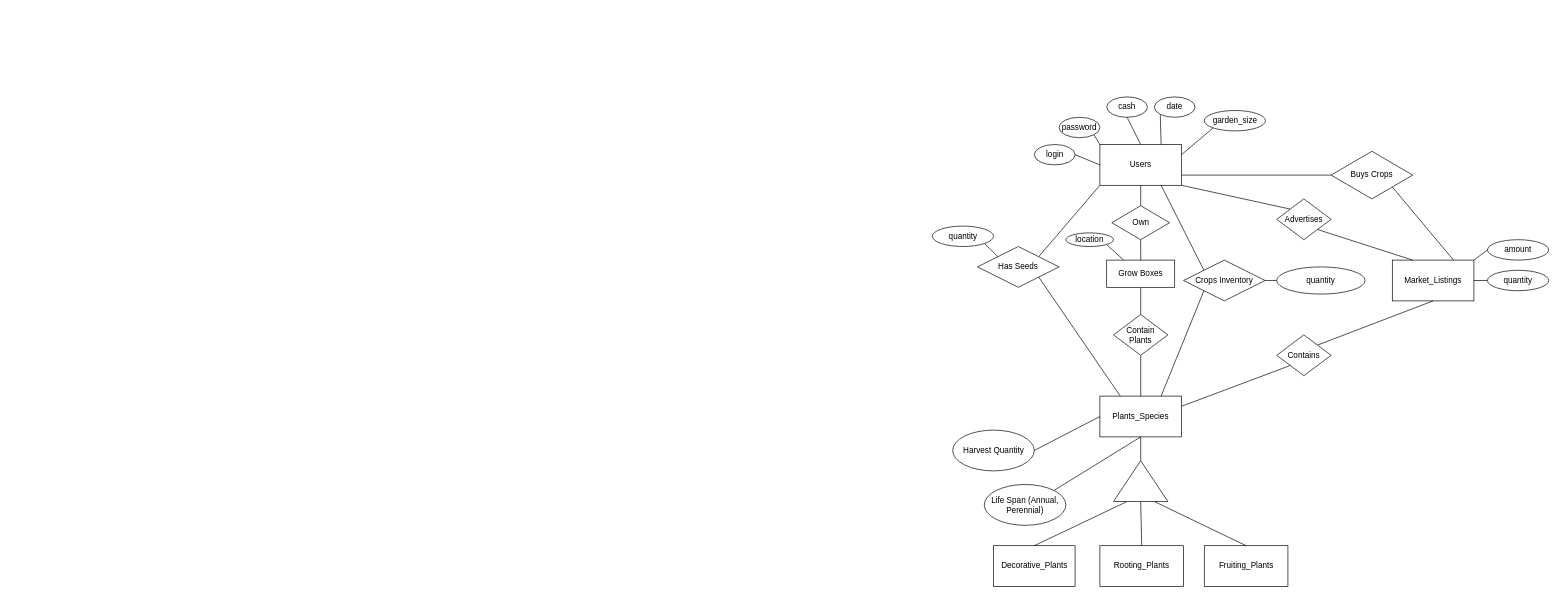
This is ER-Diagam.dio from evannoronha/GardenSimulator, a draw.io file, before an edit. Source tidied: cells renumbered, new cells numbered last; positions are measured from the earlier drawing's top-left corner, leaving out a move shared by most shapes. Both pictures are drawn from the tidied source at 68%, with x=0, y=0 at pixel (932, 97).
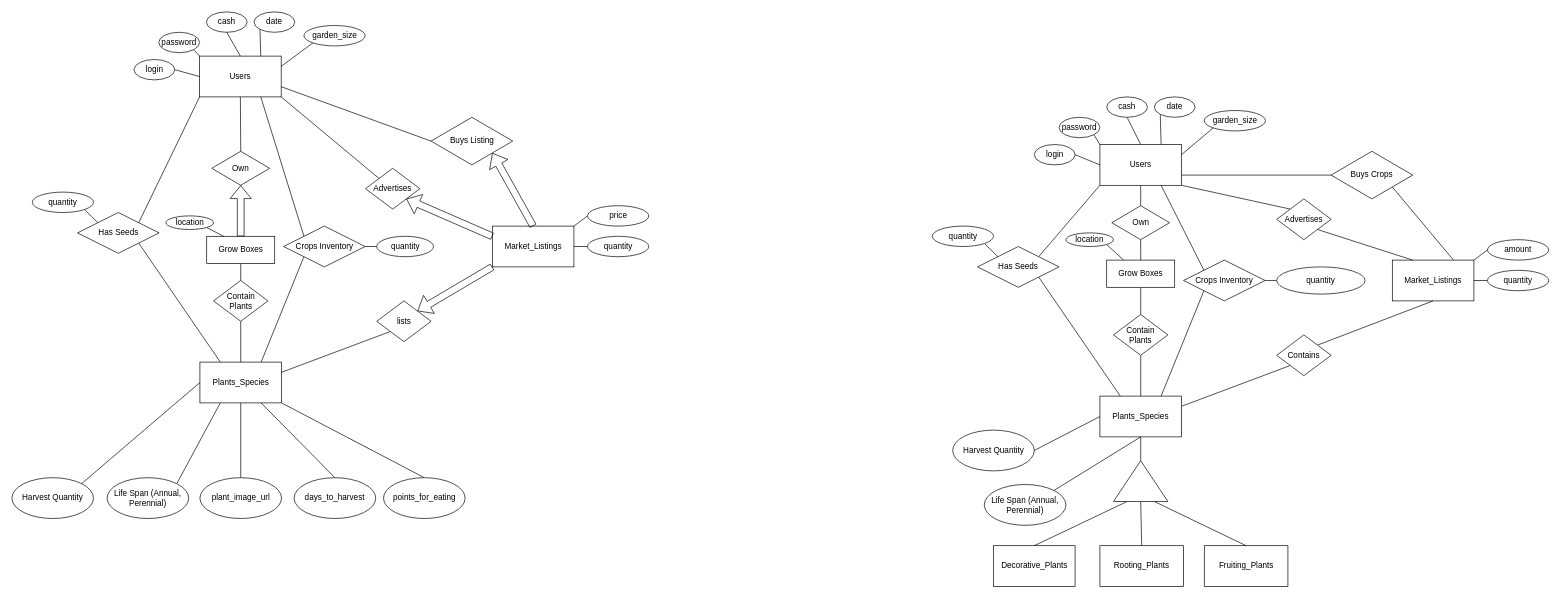
After the change.

The edit, as a diff of the source:
```diff
@@
+    <mxCell id="59" style="edgeStyle=none;rounded=0;jettySize=auto;html=1;exitX=0;exitY=1;exitDx=0;exitDy=0;entryX=1;entryY=0;entryDx=0;entryDy=0;endArrow=none;endFill=0;" parent="1" edge="1" source="62" target="66">
+      <mxGeometry relative="1" as="geometry" />
+    </mxCell>
+    <mxCell id="60" style="edgeStyle=none;rounded=0;jettySize=auto;html=1;exitX=0.75;exitY=1;exitDx=0;exitDy=0;entryX=0;entryY=0;entryDx=0;entryDy=0;endArrow=none;endFill=0;" parent="1" edge="1" source="62" target="71">
+      <mxGeometry relative="1" as="geometry" />
+    </mxCell>
+    <mxCell id="61" style="edgeStyle=none;rounded=0;jettySize=auto;html=1;exitX=0.5;exitY=1;exitDx=0;exitDy=0;entryX=0.5;entryY=0;entryDx=0;entryDy=0;endArrow=none;endFill=0;" parent="1" edge="1" source="62" target="88">
+      <mxGeometry relative="1" as="geometry" />
+    </mxCell>
+    <mxCell id="62" value="Users" style="rounded=0;whiteSpace=wrap;html=1;" parent="1" vertex="1">
+      <mxGeometry x="-1078" y="-60" width="120" height="60" as="geometry" />
+    </mxCell>
+    <mxCell id="63" style="edgeStyle=none;rounded=0;jettySize=auto;html=1;exitX=1;exitY=0.25;exitDx=0;exitDy=0;entryX=0;entryY=1;entryDx=0;entryDy=0;endArrow=none;endFill=0;" parent="1" edge="1" source="64" target="95">
+      <mxGeometry relative="1" as="geometry" />
+    </mxCell>
+    <mxCell id="64" value="Plants_Species" style="rounded=0;whiteSpace=wrap;html=1;" parent="1" vertex="1">
+      <mxGeometry x="-1077.5" y="390" width="120" height="60" as="geometry" />
+    </mxCell>
+    <mxCell id="65" style="edgeStyle=none;rounded=0;jettySize=auto;html=1;exitX=1;exitY=1;exitDx=0;exitDy=0;entryX=0.25;entryY=0;entryDx=0;entryDy=0;endArrow=none;endFill=0;" parent="1" edge="1" source="66" target="64">
+      <mxGeometry relative="1" as="geometry" />
+    </mxCell>
+    <mxCell id="66" value="Has Seeds" style="shape=rhombus;perimeter=rhombusPerimeter;whiteSpace=wrap;html=1;align=center;" parent="1" vertex="1">
+      <mxGeometry x="-1257.5" y="170" width="120" height="60" as="geometry" />
+    </mxCell>
+    <mxCell id="67" style="edgeStyle=none;rounded=0;jettySize=auto;html=1;exitX=0.5;exitY=1;exitDx=0;exitDy=0;entryX=0.5;entryY=0;entryDx=0;entryDy=0;endArrow=none;endFill=0;" parent="1" edge="1" source="68" target="64">
+      <mxGeometry relative="1" as="geometry" />
+    </mxCell>
+    <mxCell id="68" value="Contain Plants" style="shape=rhombus;perimeter=rhombusPerimeter;whiteSpace=wrap;html=1;align=center;" parent="1" vertex="1">
+      <mxGeometry x="-1057.5" y="270" width="80" height="60" as="geometry" />
+    </mxCell>
+    <mxCell id="69" style="edgeStyle=none;rounded=0;jettySize=auto;html=1;exitX=1;exitY=0.5;exitDx=0;exitDy=0;entryX=0;entryY=0.5;entryDx=0;entryDy=0;endArrow=none;endFill=0;" parent="1" edge="1" source="71" target="85">
+      <mxGeometry relative="1" as="geometry" />
+    </mxCell>
+    <mxCell id="70" style="edgeStyle=none;rounded=0;jettySize=auto;html=1;exitX=0;exitY=1;exitDx=0;exitDy=0;entryX=0.75;entryY=0;entryDx=0;entryDy=0;endArrow=none;endFill=0;" parent="1" edge="1" source="71" target="64">
+      <mxGeometry relative="1" as="geometry" />
+    </mxCell>
+    <mxCell id="71" value="Crops Inventory" style="shape=rhombus;perimeter=rhombusPerimeter;whiteSpace=wrap;html=1;align=center;" parent="1" vertex="1">
+      <mxGeometry x="-954.5" y="190" width="120" height="60" as="geometry" />
+    </mxCell>
+    <mxCell id="72" style="rounded=0;jettySize=auto;html=1;exitX=0;exitY=0;exitDx=0;exitDy=0;entryX=0.25;entryY=1;entryDx=0;entryDy=0;endArrow=none;endFill=0;" parent="1" edge="1" source="76" target="64">
+      <mxGeometry relative="1" as="geometry" />
+    </mxCell>
+    <mxCell id="73" value="Market_Listings" style="rounded=0;whiteSpace=wrap;html=1;" parent="1" vertex="1">
+      <mxGeometry x="-647.5" y="190" width="120" height="60" as="geometry" />
+    </mxCell>
+    <mxCell id="74" style="edgeStyle=none;rounded=0;jettySize=auto;html=1;exitX=1;exitY=0.5;exitDx=0;exitDy=0;entryX=0;entryY=0.5;entryDx=0;entryDy=0;endArrow=none;endFill=0;" parent="1" edge="1" source="75" target="62">
+      <mxGeometry relative="1" as="geometry" />
+    </mxCell>
+    <mxCell id="75" value="login" style="ellipse;whiteSpace=wrap;html=1;" parent="1" vertex="1">
+      <mxGeometry x="-1174.5" y="-55" width="60" height="30" as="geometry" />
+    </mxCell>
+    <mxCell id="76" value="Life Span (Annual, Perennial)" style="ellipse;whiteSpace=wrap;html=1;direction=south;" parent="1" vertex="1">
+      <mxGeometry x="-1214" y="560" width="120" height="60" as="geometry" />
+    </mxCell>
+    <mxCell id="77" style="edgeStyle=none;rounded=0;jettySize=auto;html=1;exitX=1;exitY=1;exitDx=0;exitDy=0;entryX=0;entryY=0;entryDx=0;entryDy=0;endArrow=none;endFill=0;" parent="1" edge="1" source="78" target="62">
+      <mxGeometry relative="1" as="geometry" />
+    </mxCell>
+    <mxCell id="78" value="password" style="ellipse;whiteSpace=wrap;html=1;" parent="1" vertex="1">
+      <mxGeometry x="-1138" y="-95" width="60" height="30" as="geometry" />
+    </mxCell>
+    <mxCell id="79" style="edgeStyle=none;rounded=0;jettySize=auto;html=1;exitX=0.5;exitY=1;exitDx=0;exitDy=0;entryX=0.5;entryY=0;entryDx=0;entryDy=0;endArrow=none;endFill=0;" parent="1" edge="1" source="80" target="62">
+      <mxGeometry relative="1" as="geometry" />
+    </mxCell>
+    <mxCell id="80" value="cash" style="ellipse;whiteSpace=wrap;html=1;" parent="1" vertex="1">
+      <mxGeometry x="-1068" y="-125" width="60" height="30" as="geometry" />
+    </mxCell>
+    <mxCell id="81" style="edgeStyle=none;rounded=0;jettySize=auto;html=1;exitX=0;exitY=1;exitDx=0;exitDy=0;entryX=0.75;entryY=0;entryDx=0;entryDy=0;endArrow=none;endFill=0;" parent="1" edge="1" source="82" target="62">
+      <mxGeometry relative="1" as="geometry" />
+    </mxCell>
+    <mxCell id="82" value="date" style="ellipse;whiteSpace=wrap;html=1;" parent="1" vertex="1">
+      <mxGeometry x="-998" y="-125" width="60" height="30" as="geometry" />
+    </mxCell>
+    <mxCell id="83" style="edgeStyle=none;rounded=0;jettySize=auto;html=1;exitX=0;exitY=1;exitDx=0;exitDy=0;entryX=1;entryY=0.25;entryDx=0;entryDy=0;endArrow=none;endFill=0;" parent="1" edge="1" source="84" target="62">
+      <mxGeometry relative="1" as="geometry" />
+    </mxCell>
+    <mxCell id="84" value="garden_size" style="ellipse;whiteSpace=wrap;html=1;" parent="1" vertex="1">
+      <mxGeometry x="-924.5" y="-105" width="90" height="30" as="geometry" />
+    </mxCell>
+    <mxCell id="85" value="quantity" style="ellipse;whiteSpace=wrap;html=1;" parent="1" vertex="1">
+      <mxGeometry x="-817.5" y="205" width="83.5" height="30" as="geometry" />
+    </mxCell>
+    <mxCell id="86" style="edgeStyle=none;rounded=0;jettySize=auto;html=1;exitX=0.5;exitY=1;exitDx=0;exitDy=0;entryX=0.5;entryY=0;entryDx=0;entryDy=0;endArrow=none;endFill=0;" parent="1" edge="1" source="87" target="68">
+      <mxGeometry relative="1" as="geometry" />
+    </mxCell>
+    <mxCell id="87" value="Grow Boxes" style="rounded=0;whiteSpace=wrap;html=1;" parent="1" vertex="1">
+      <mxGeometry x="-1067.5" y="205" width="100" height="40" as="geometry" />
+    </mxCell>
+    <mxCell id="88" value="Own" style="shape=rhombus;perimeter=rhombusPerimeter;whiteSpace=wrap;html=1;align=center;" parent="1" vertex="1">
+      <mxGeometry x="-1060" y="80" width="85" height="50" as="geometry" />
+    </mxCell>
+    <mxCell id="89" style="edgeStyle=none;rounded=0;jettySize=auto;html=1;exitX=1;exitY=1;exitDx=0;exitDy=0;entryX=0;entryY=0;entryDx=0;entryDy=0;endArrow=none;endFill=0;" parent="1" edge="1" source="90" target="66">
+      <mxGeometry relative="1" as="geometry" />
+    </mxCell>
+    <mxCell id="90" value="quantity" style="ellipse;whiteSpace=wrap;html=1;" parent="1" vertex="1">
+      <mxGeometry x="-1324" y="140" width="90" height="30" as="geometry" />
+    </mxCell>
+    <mxCell id="91" style="edgeStyle=none;rounded=0;jettySize=auto;html=1;exitX=1;exitY=1;exitDx=0;exitDy=0;entryX=0.25;entryY=0;entryDx=0;entryDy=0;endArrow=none;endFill=0;" parent="1" edge="1" source="92" target="87">
+      <mxGeometry relative="1" as="geometry" />
+    </mxCell>
+    <mxCell id="92" value="location" style="ellipse;whiteSpace=wrap;html=1;" parent="1" vertex="1">
+      <mxGeometry x="-1127.5" y="175" width="70" height="20" as="geometry" />
+    </mxCell>
+    <mxCell id="93" style="edgeStyle=none;rounded=0;jettySize=auto;html=1;exitX=0;exitY=0.5;exitDx=0;exitDy=0;entryX=1;entryY=0.75;entryDx=0;entryDy=0;endArrow=none;endFill=0;" parent="1" edge="1" source="94" target="62">
+      <mxGeometry relative="1" as="geometry" />
+    </mxCell>
+    <mxCell id="94" value="Buys Listing" style="shape=rhombus;perimeter=rhombusPerimeter;whiteSpace=wrap;html=1;align=center;" parent="1" vertex="1">
+      <mxGeometry x="-737.5" y="30" width="120" height="70" as="geometry" />
+    </mxCell>
+    <mxCell id="95" value="lists" style="shape=rhombus;perimeter=rhombusPerimeter;whiteSpace=wrap;html=1;align=center;" parent="1" vertex="1">
+      <mxGeometry x="-817.5" y="300" width="80" height="60" as="geometry" />
+    </mxCell>
+    <mxCell id="96" style="edgeStyle=none;rounded=0;jettySize=auto;html=1;exitX=0;exitY=0;exitDx=0;exitDy=0;entryX=1;entryY=1;entryDx=0;entryDy=0;endArrow=none;endFill=0;" parent="1" edge="1" source="97" target="62">
+      <mxGeometry relative="1" as="geometry" />
+    </mxCell>
+    <mxCell id="97" value="Advertises" style="shape=rhombus;perimeter=rhombusPerimeter;whiteSpace=wrap;html=1;align=center;" parent="1" vertex="1">
+      <mxGeometry x="-834" y="105" width="80" height="60" as="geometry" />
+    </mxCell>
+    <mxCell id="98" style="edgeStyle=none;rounded=0;jettySize=auto;html=1;exitX=0;exitY=0.5;exitDx=0;exitDy=0;entryX=1;entryY=0;entryDx=0;entryDy=0;endArrow=none;endFill=0;" parent="1" edge="1" source="99" target="73">
+      <mxGeometry relative="1" as="geometry" />
+    </mxCell>
+    <mxCell id="99" value="price" style="ellipse;whiteSpace=wrap;html=1;" parent="1" vertex="1">
+      <mxGeometry x="-507.5" y="160" width="90" height="30" as="geometry" />
+    </mxCell>
+    <mxCell id="100" style="edgeStyle=none;rounded=0;jettySize=auto;html=1;exitX=0;exitY=0.5;exitDx=0;exitDy=0;entryX=1;entryY=0.5;entryDx=0;entryDy=0;endArrow=none;endFill=0;" parent="1" edge="1" source="101" target="73">
+      <mxGeometry relative="1" as="geometry" />
+    </mxCell>
+    <mxCell id="101" value="quantity" style="ellipse;whiteSpace=wrap;html=1;" parent="1" vertex="1">
+      <mxGeometry x="-507.5" y="205" width="90" height="30" as="geometry" />
+    </mxCell>
+    <mxCell id="102" value="Harvest Quantity" style="ellipse;whiteSpace=wrap;html=1;direction=south;" parent="1" vertex="1">
+      <mxGeometry x="-1354" y="560" width="120" height="60" as="geometry" />
+    </mxCell>
+    <mxCell id="103" style="endArrow=none;html=1;exitX=0;exitY=0;exitDx=0;exitDy=0;entryX=0;entryY=0.5;entryDx=0;entryDy=0;" parent="1" edge="1" source="102" target="64">
+      <mxGeometry relative="1" as="geometry" />
+    </mxCell>
+    <mxCell id="104" style="rounded=0;jettySize=auto;html=1;exitX=0;exitY=0.5;exitDx=0;exitDy=0;entryX=0.5;entryY=1;entryDx=0;entryDy=0;endArrow=none;endFill=0;" parent="1" edge="1" source="105" target="64">
+      <mxGeometry relative="1" as="geometry" />
+    </mxCell>
+    <mxCell id="105" value="plant_image_url" style="ellipse;whiteSpace=wrap;html=1;direction=south;" parent="1" vertex="1">
+      <mxGeometry x="-1077.5" y="560" width="120" height="60" as="geometry" />
+    </mxCell>
+    <mxCell id="106" style="rounded=0;jettySize=auto;html=1;exitX=0;exitY=0.5;exitDx=0;exitDy=0;entryX=0.75;entryY=1;entryDx=0;entryDy=0;endArrow=none;endFill=0;" parent="1" edge="1" source="107" target="64">
+      <mxGeometry relative="1" as="geometry" />
+    </mxCell>
+    <mxCell id="107" value="days_to_harvest" style="ellipse;whiteSpace=wrap;html=1;direction=south;" parent="1" vertex="1">
+      <mxGeometry x="-939" y="560" width="120" height="60" as="geometry" />
+    </mxCell>
+    <mxCell id="108" style="rounded=0;jettySize=auto;html=1;exitX=0;exitY=0.5;exitDx=0;exitDy=0;entryX=1;entryY=1;entryDx=0;entryDy=0;endArrow=none;endFill=0;" parent="1" edge="1" source="109" target="64">
+      <mxGeometry relative="1" as="geometry" />
+    </mxCell>
+    <mxCell id="109" value="points_for_eating" style="ellipse;whiteSpace=wrap;html=1;direction=south;" parent="1" vertex="1">
+      <mxGeometry x="-807.5" y="560" width="120" height="60" as="geometry" />
+    </mxCell>
+    <mxCell id="110" style="shape=flexArrow;endArrow=classic;html=1;entryX=1;entryY=0;entryDx=0;entryDy=0;exitX=0;exitY=1;exitDx=0;exitDy=0;" parent="1" edge="1" source="73" target="95">
+      <mxGeometry relative="1" as="geometry" />
+    </mxCell>
+    <mxCell id="111" style="shape=flexArrow;endArrow=classic;html=1;entryX=1;entryY=1;entryDx=0;entryDy=0;exitX=0;exitY=0.25;exitDx=0;exitDy=0;" parent="1" edge="1" source="73" target="97">
+      <mxGeometry relative="1" as="geometry" />
+    </mxCell>
+    <mxCell id="112" style="shape=flexArrow;endArrow=classic;html=1;exitX=0.5;exitY=0;exitDx=0;exitDy=0;entryX=1;entryY=1;entryDx=0;entryDy=0;" parent="1" edge="1" source="73" target="94">
+      <mxGeometry relative="1" as="geometry" />
+    </mxCell>
+    <mxCell id="113" style="shape=flexArrow;endArrow=classic;html=1;exitX=0.5;exitY=0;exitDx=0;exitDy=0;entryX=0.5;entryY=1;entryDx=0;entryDy=0;" parent="1" edge="1" source="87" target="88">
+      <mxGeometry relative="1" as="geometry" />
+    </mxCell>
```
